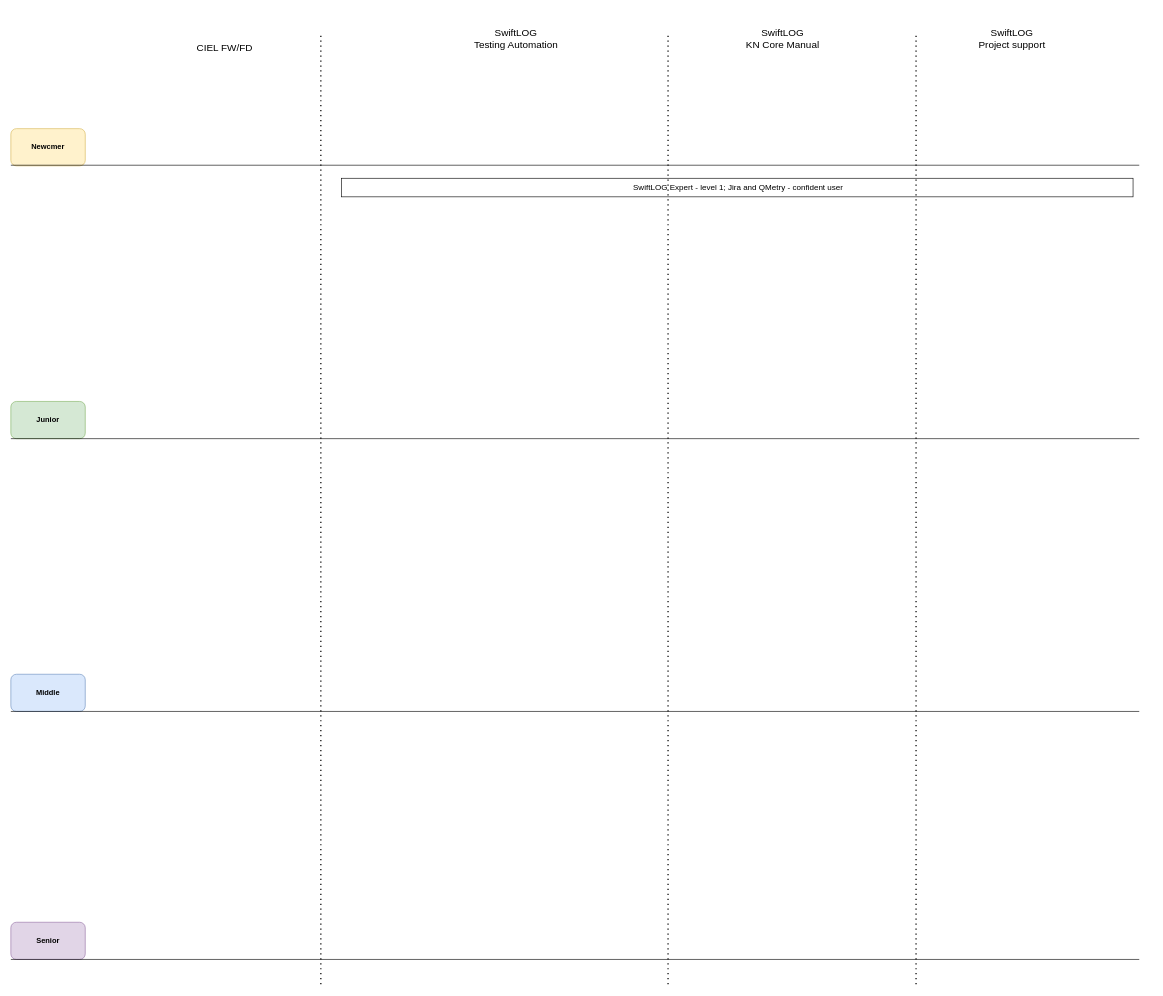
This is IQ Development.drawio from AndriiRatushnyi/Andrii.Ratushnyi, a draw.io file, before an edit. Source tidied: cells renumbered, new cells numbered last; positions are measured from the earlier drawing's top-left corner, leaving out a move shared by most shapes. Both pictures are drawn from the tidied source at 62%, with x=0, y=0 at pixel (11, 11).
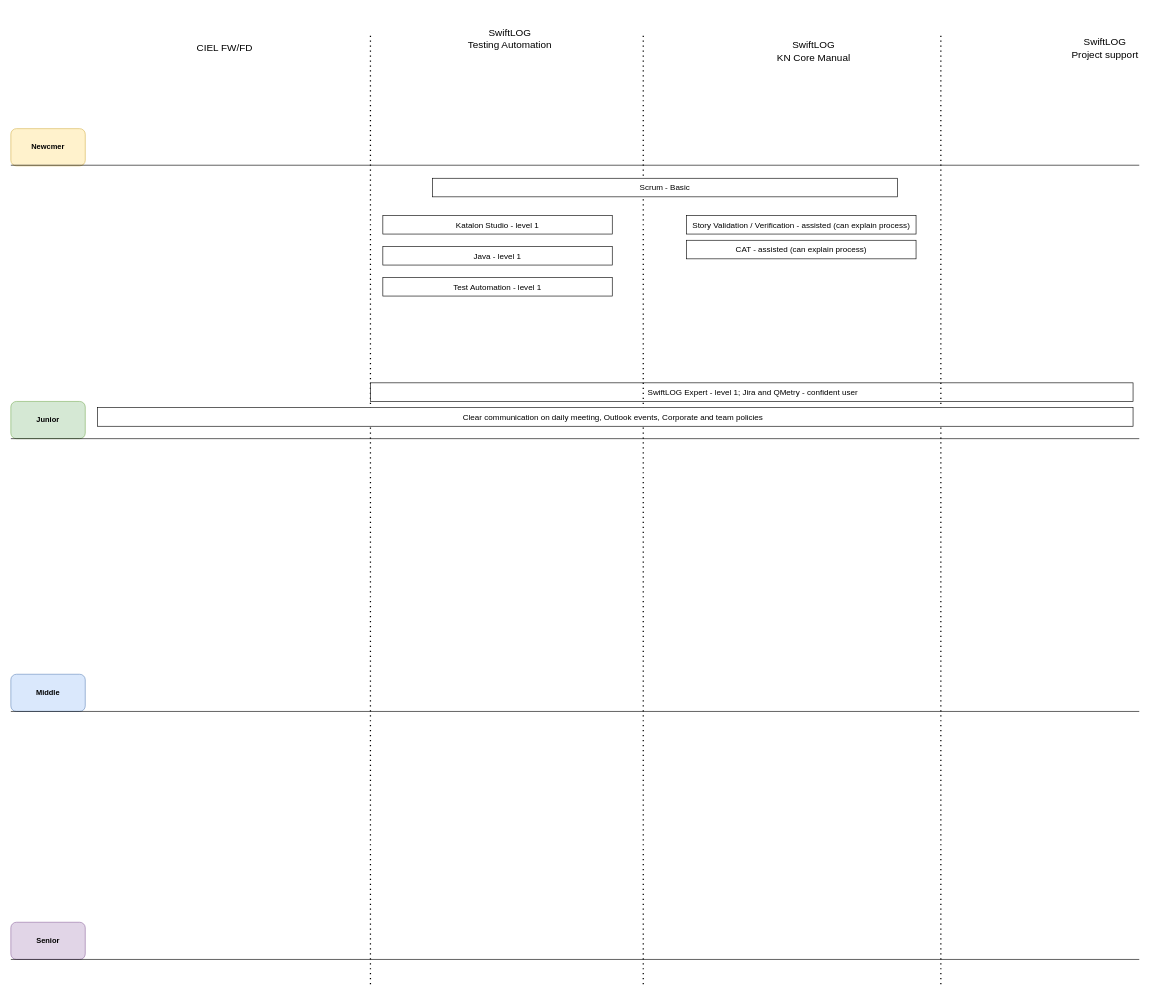
The same page after the edit.

What changed in the source:
```diff
@@
     <mxCell id="3" value="&lt;div&gt;SwiftLOG&lt;/div&gt;&lt;div&gt;KN Core Manual&lt;br&gt;&lt;/div&gt;" style="text;html=1;strokeColor=none;fillColor=none;align=center;verticalAlign=middle;whiteSpace=wrap;rounded=0;fontSize=16;" parent="1" vertex="1">
-      <mxGeometry x="1170" width="150" height="90" as="geometry" />
+      <mxGeometry x="1220" y="20" width="150" height="90" as="geometry" />
     </mxCell>
@@
     <mxCell id="5" value="&lt;div&gt;SwiftLOG&lt;/div&gt;&lt;div&gt;Project support&lt;br&gt;&lt;/div&gt;" style="text;html=1;strokeColor=none;fillColor=none;align=center;verticalAlign=middle;whiteSpace=wrap;rounded=0;fontSize=16;" parent="1" vertex="1">
-      <mxGeometry x="1540" width="150" height="90" as="geometry" />
+      <mxGeometry x="1690" y="15" width="150" height="90" as="geometry" />
     </mxCell>
     <mxCell id="6" value="&lt;div&gt;SwiftLOG&lt;/div&gt;&lt;div&gt;Testing Automation&lt;br&gt;&lt;/div&gt;" style="text;html=1;strokeColor=none;fillColor=none;align=center;verticalAlign=middle;whiteSpace=wrap;rounded=0;fontSize=16;" parent="1" vertex="1">
-      <mxGeometry x="740" width="150" height="90" as="geometry" />
+      <mxGeometry x="730" width="150" height="90" as="geometry" />
     </mxCell>
@@
     <mxCell id="10" style="endArrow=none;dashed=1;html=1;dashPattern=1 3;strokeWidth=2;" parent="1" edge="1">
       <mxGeometry relative="1" as="geometry">
-        <mxPoint x="500" y="1570" as="sourcePoint" />
-        <mxPoint x="500" y="40" as="targetPoint" />
+        <mxPoint x="580" y="1570" as="sourcePoint" />
+        <mxPoint x="580" y="40" as="targetPoint" />
       </mxGeometry>
     </mxCell>
     <mxCell id="11" value="&amp;nbsp;SwiftLOG Expert - level 1; Jira and QMetry - confident user " style="rounded=0;whiteSpace=wrap;html=1;fontSize=13;" parent="1" vertex="1">
-      <mxGeometry x="533" y="270" width="1277" height="30" as="geometry" />
+      <mxGeometry x="580" y="600" width="1230" height="30" as="geometry" />
     </mxCell>
@@
     <mxCell id="16" style="endArrow=none;dashed=1;html=1;dashPattern=1 3;strokeWidth=2;" parent="1" edge="1">
       <mxGeometry relative="1" as="geometry">
-        <mxPoint x="1060" y="1570" as="sourcePoint" />
-        <mxPoint x="1060" y="40" as="targetPoint" />
+        <mxPoint x="1020" y="1570" as="sourcePoint" />
+        <mxPoint x="1020" y="40" as="targetPoint" />
       </mxGeometry>
     </mxCell>
     <mxCell id="17" style="endArrow=none;dashed=1;html=1;dashPattern=1 3;strokeWidth=2;" parent="1" edge="1">
       <mxGeometry relative="1" as="geometry">
-        <mxPoint x="1460" y="1570" as="sourcePoint" />
-        <mxPoint x="1460" y="40" as="targetPoint" />
+        <mxPoint x="1500" y="1570" as="sourcePoint" />
+        <mxPoint x="1500" y="40" as="targetPoint" />
       </mxGeometry>
     </mxCell>
+    <mxCell id="18" value="Scrum - Basic" style="rounded=0;whiteSpace=wrap;html=1;fontSize=13;" parent="1" vertex="1">
+      <mxGeometry x="680" y="270" width="750" height="30" as="geometry" />
+    </mxCell>
+    <mxCell id="19" value="Story Validation / Verification - assisted (can explain process)" style="rounded=0;whiteSpace=wrap;html=1;fontSize=13;" parent="1" vertex="1">
+      <mxGeometry x="1090" y="330" width="370" height="30" as="geometry" />
+    </mxCell>
+    <mxCell id="20" value="CAT - assisted (can explain process)" style="rounded=0;whiteSpace=wrap;html=1;fontSize=13;" parent="1" vertex="1">
+      <mxGeometry x="1090" y="370" width="370" height="30" as="geometry" />
+    </mxCell>
+    <mxCell id="21" value="Clear communication on daily meeting, Outlook events, Corporate and team policies&amp;nbsp;&amp;nbsp; " style="rounded=0;whiteSpace=wrap;html=1;fontSize=13;" parent="1" vertex="1">
+      <mxGeometry x="140" y="640" width="1670" height="30" as="geometry" />
+    </mxCell>
+    <mxCell id="22" value="Katalon Studio - level 1" style="rounded=0;whiteSpace=wrap;html=1;fontSize=13;" parent="1" vertex="1">
+      <mxGeometry x="600" y="330" width="370" height="30" as="geometry" />
+    </mxCell>
+    <mxCell id="23" value="Java - level 1" style="rounded=0;whiteSpace=wrap;html=1;fontSize=13;" parent="1" vertex="1">
+      <mxGeometry x="600" y="380" width="370" height="30" as="geometry" />
+    </mxCell>
+    <mxCell id="24" value="Test Automation - level 1" style="rounded=0;whiteSpace=wrap;html=1;fontSize=13;" parent="1" vertex="1">
+      <mxGeometry x="600" y="430" width="370" height="30" as="geometry" />
+    </mxCell>
```
